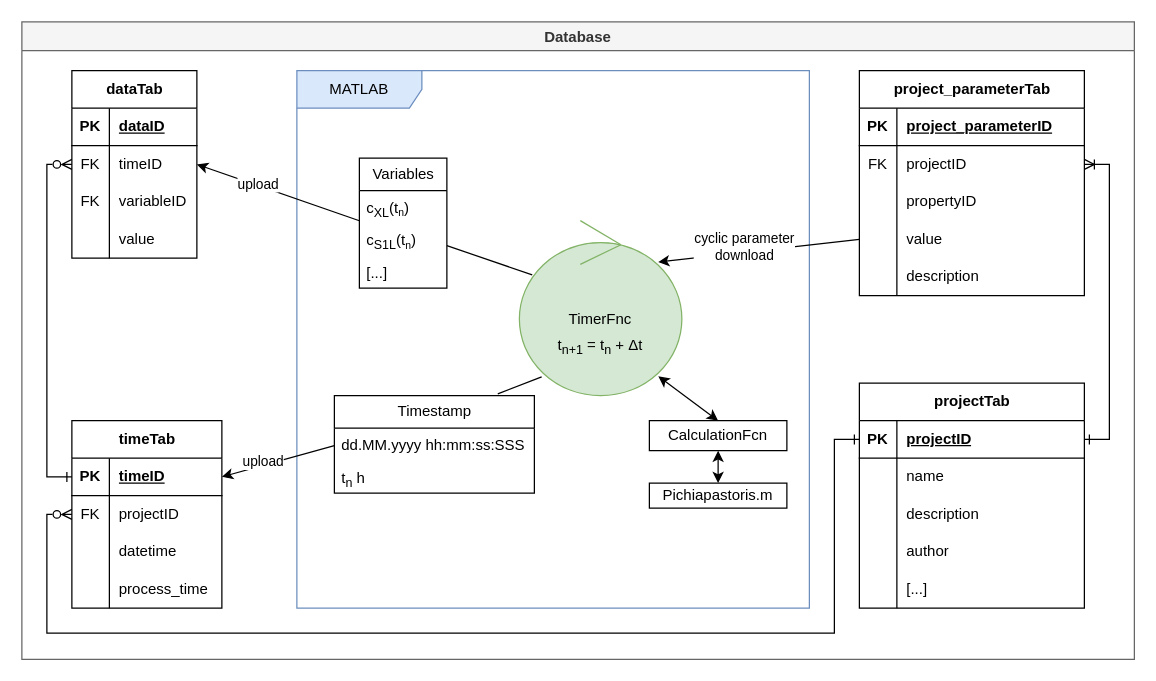
Before: DataHandling.drawio in Yumatlab/bioprocesssimulation, a draw.io diagram. Source tidied: cells renumbered, new cells numbered last; positions are measured from the earlier drawing's top-left corner, leaving out a move shared by most shapes. Both pictures are drawn from the tidied source at 125%, with x=0, y=0 at pixel (21, 21).
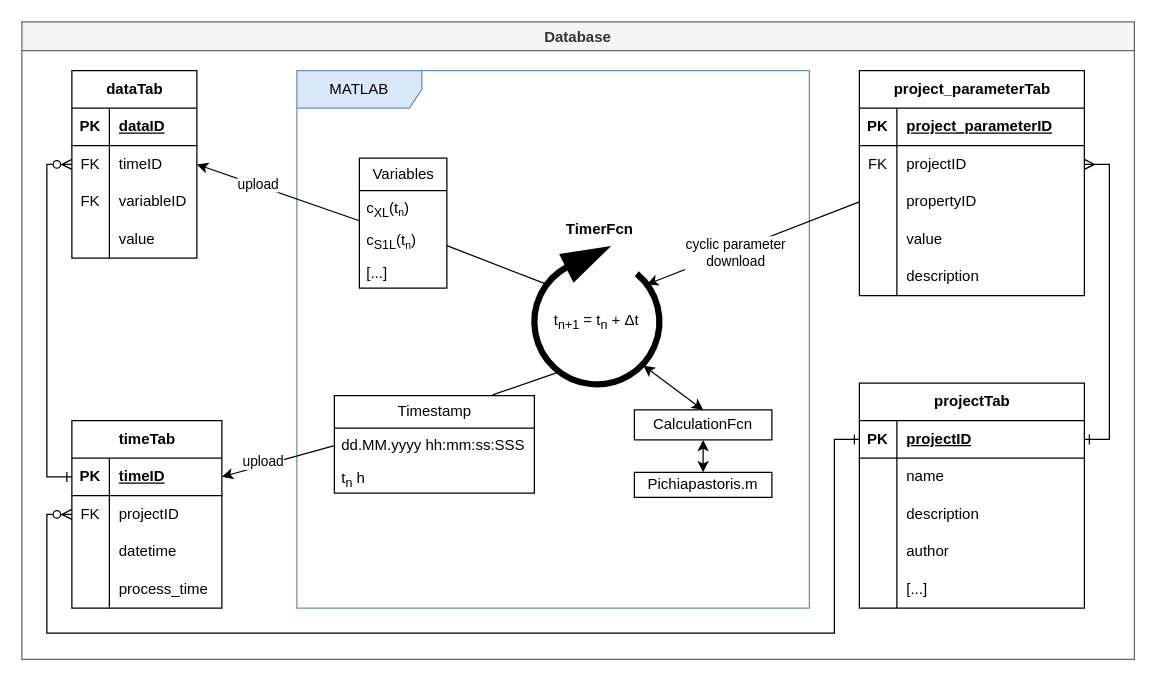
The same diagram, later.

The change refers to these unchanged cells:
```xml
<mxCell id="2" value="Database" style="swimlane;fillColor=#f5f5f5;strokeColor=#666666;fontColor=#333333;" parent="1" vertex="1">
  <mxGeometry width="890" height="510" as="geometry" />
</mxCell>
<mxCell id="26" style="shape=tableRow;horizontal=0;startSize=0;swimlaneHead=0;swimlaneBody=0;fillColor=none;points=[[0,0.5],[1,0.5]];portConstraint=eastwest;top=0;left=0;right=0;bottom=0;" parent="22" vertex="1">
  <mxGeometry y="60" width="180" height="30" as="geometry" />
</mxCell>
<mxCell id="29" style="shape=tableRow;horizontal=0;startSize=0;swimlaneHead=0;swimlaneBody=0;fillColor=none;points=[[0,0.5],[1,0.5]];portConstraint=eastwest;top=0;left=0;right=0;bottom=0;" parent="22" vertex="1">
  <mxGeometry y="90" width="180" height="30" as="geometry" />
</mxCell>
<mxCell id="32" style="shape=tableRow;horizontal=0;startSize=0;swimlaneHead=0;swimlaneBody=0;fillColor=none;points=[[0,0.5],[1,0.5]];portConstraint=eastwest;top=0;left=0;right=0;bottom=0;" parent="22" vertex="1">
  <mxGeometry y="120" width="180" height="30" as="geometry" />
</mxCell>
<mxCell id="55" style="shape=tableRow;horizontal=0;startSize=0;swimlaneHead=0;swimlaneBody=0;fillColor=none;points=[[0,0.5],[1,0.5]];portConstraint=eastwest;top=0;left=0;right=0;bottom=1;" parent="54" vertex="1">
  <mxGeometry y="30" width="180" height="30" as="geometry" />
</mxCell>
<mxCell id="73" value="Timestamp" style="swimlane;fontStyle=0;horizontal=1;startSize=26;fillColor=none;html=1;" parent="72" vertex="1">
  <mxGeometry width="160" height="78" as="geometry" />
</mxCell>
```

The edit, as a diff of the source:
```diff
@@
+    <mxCell id="87" style="group;" parent="1" vertex="1">
+      <mxGeometry x="410" y="190" width="100" height="100" as="geometry" />
+    </mxCell>
+    <mxCell id="88" style="verticalLabelPosition=bottom;verticalAlign=top;html=1;shape=mxgraph.basic.arc;startAngle=0.11018844755094567;endAngle=0.9240767791884231;strokeWidth=5;perimeterSpacing=1;rotation=0;" parent="87" vertex="1">
+      <mxGeometry width="100" height="100" as="geometry" />
+    </mxCell>
+    <mxCell id="86" value="t&lt;sub&gt;n+1&lt;/sub&gt; = t&lt;sub&gt;n&lt;/sub&gt; +&amp;nbsp;Δt" style="text;strokeColor=none;fillColor=none;spacingLeft=4;spacingRight=4;overflow=hidden;fontSize=12;whiteSpace=wrap;html=1;" parent="87" vertex="1">
+      <mxGeometry x="10" y="35" width="80" height="30" as="geometry" />
+    </mxCell>
@@
-    <mxCell id="4" value="TimerFnc" style="ellipse;shape=umlControl;whiteSpace=wrap;html=1;flipH=1;fillColor=#d5e8d4;strokeColor=#82b366;" parent="2" vertex="1">
-      <mxGeometry x="398" y="159" width="130" height="140" as="geometry" />
-    </mxCell>
@@
-    <mxCell id="51" style="rounded=0;jettySize=auto;html=1;exitX=0;exitY=0.5;exitDx=0;exitDy=0;entryX=0.146;entryY=0.237;entryDx=0;entryDy=0;entryPerimeter=0;" parent="2" edge="1" source="32" target="4">
-      <mxGeometry relative="1" as="geometry" />
+    <mxCell id="51" style="rounded=0;jettySize=auto;html=1;exitX=0;exitY=0.5;exitDx=0;exitDy=0;" parent="2" edge="1" source="29">
+      <mxGeometry relative="1" as="geometry">
+        <mxPoint x="500" y="210" as="targetPoint" />
+      </mxGeometry>
     </mxCell>
@@
-    <mxCell id="70" style="edgeStyle=orthogonalEdgeStyle;rounded=0;jettySize=auto;html=1;exitX=1;exitY=0.5;exitDx=0;exitDy=0;entryX=1;entryY=0.5;entryDx=0;entryDy=0;endArrow=ERone;endFill=0;startArrow=ERoneToMany;startFill=0;" parent="2" edge="1" source="26" target="55">
+    <mxCell id="70" style="edgeStyle=orthogonalEdgeStyle;rounded=0;jettySize=auto;html=1;exitX=1;exitY=0.5;exitDx=0;exitDy=0;entryX=1;entryY=0.5;entryDx=0;entryDy=0;endArrow=ERone;endFill=0;startArrow=ERmany;startFill=0;" parent="2" edge="1" source="26" target="55">
       <mxGeometry relative="1" as="geometry" />
     </mxCell>
@@
-    <mxCell id="76" style="rounded=0;jettySize=auto;html=1;exitX=0.817;exitY=-0.018;exitDx=0;exitDy=0;entryX=0.863;entryY=0.893;entryDx=0;entryDy=0;entryPerimeter=0;endArrow=none;endFill=0;startArrow=none;startFill=0;exitPerimeter=0;" parent="2" edge="1" source="73" target="4">
-      <mxGeometry relative="1" as="geometry" />
+    <mxCell id="76" style="rounded=0;jettySize=auto;html=1;exitX=0.791;exitY=-0.007;exitDx=0;exitDy=0;endArrow=none;endFill=0;startArrow=none;startFill=0;exitPerimeter=0;" parent="2" edge="1" source="73">
+      <mxGeometry relative="1" as="geometry">
+        <mxPoint x="430" y="280" as="targetPoint" />
+      </mxGeometry>
     </mxCell>
@@
-    <mxCell id="79" style="rounded=0;jettySize=auto;html=1;entryX=0.921;entryY=0.31;entryDx=0;entryDy=0;entryPerimeter=0;endArrow=none;endFill=0;startArrow=none;startFill=0;" parent="2" edge="1" target="4">
+    <mxCell id="79" style="rounded=0;orthogonalLoop=1;jettySize=auto;html=1;endArrow=none;endFill=0;startArrow=none;startFill=0;" parent="2" edge="1">
       <mxGeometry relative="1" as="geometry">
         <mxPoint x="340" y="179" as="sourcePoint" />
+        <mxPoint x="420" y="210" as="targetPoint" />
       </mxGeometry>
     </mxCell>
@@
     <mxCell id="83" value="CalculationFcn" style="html=1;whiteSpace=wrap;" parent="2" vertex="1">
-      <mxGeometry x="502" y="319" width="110" height="24" as="geometry" />
+      <mxGeometry x="490" y="310.4" width="110" height="24" as="geometry" />
     </mxCell>
-    <mxCell id="84" style="rounded=0;jettySize=auto;html=1;exitX=0.5;exitY=0;exitDx=0;exitDy=0;entryX=0.145;entryY=0.89;entryDx=0;entryDy=0;entryPerimeter=0;startArrow=classic;startFill=1;" parent="2" edge="1" source="83" target="4">
-      <mxGeometry relative="1" as="geometry" />
+    <mxCell id="84" style="rounded=0;jettySize=auto;html=1;exitX=0.5;exitY=0;exitDx=0;exitDy=0;entryX=0.145;entryY=0.89;entryDx=0;entryDy=0;entryPerimeter=0;startArrow=classic;startFill=1;" parent="2" edge="1" source="83">
+      <mxGeometry relative="1" as="geometry">
+        <mxPoint x="497.2" y="275" as="targetPoint" />
+      </mxGeometry>
     </mxCell>
     <mxCell id="85" value="Pichiapastoris.m" style="html=1;whiteSpace=wrap;" parent="2" vertex="1">
-      <mxGeometry x="502" y="369" width="110" height="20" as="geometry" />
+      <mxGeometry x="490" y="360.4" width="110" height="20" as="geometry" />
     </mxCell>
-    <mxCell id="86" value="t&lt;sub&gt;n+1&lt;/sub&gt; = t&lt;sub&gt;n&lt;/sub&gt; +&amp;nbsp;Δt" style="text;strokeColor=none;fillColor=none;spacingLeft=4;spacingRight=4;overflow=hidden;fontSize=12;whiteSpace=wrap;html=1;" parent="2" vertex="1">
-      <mxGeometry x="423" y="245" width="80" height="30" as="geometry" />
-    </mxCell>
+    <mxCell id="89" style="shape=mxgraph.arrows2.wedgeArrow;html=1;startWidth=12.173913043478265;fillColor=strokeColor;defaultFillColor=invert;defaultGradientColor=invert;rounded=0;" parent="2" edge="1">
+      <mxGeometry relative="1" as="geometry">
+        <mxPoint x="436" y="197" as="sourcePoint" />
+        <mxPoint x="470" y="180" as="targetPoint" />
+      </mxGeometry>
+    </mxCell>
+    <mxCell id="90" value="TimerFcn" style="text;align=center;fontStyle=1;verticalAlign=middle;spacingLeft=3;spacingRight=3;strokeColor=none;html=1;" parent="2" vertex="1">
+      <mxGeometry x="422" y="153" width="80" height="26" as="geometry" />
+    </mxCell>
```
